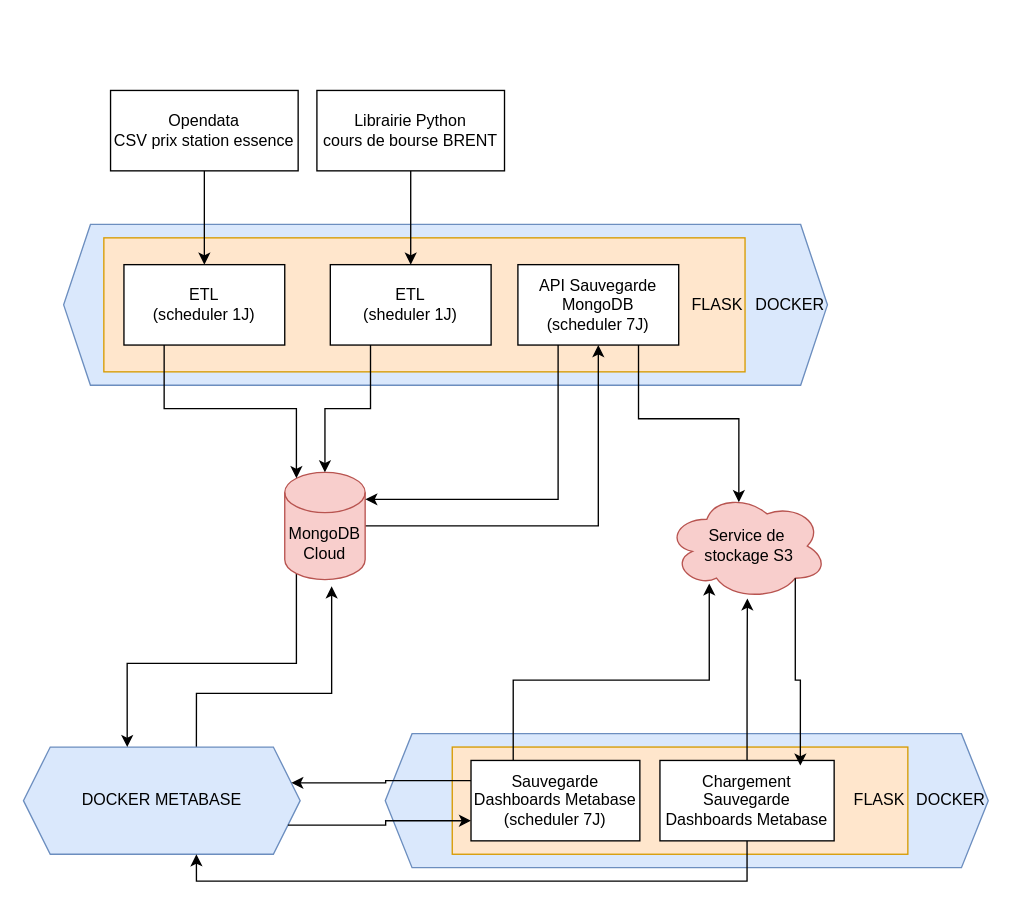
Earlier version of the draw.io diagram Projet_master_RNCP/datasource_prix_essence/Diagramme_architecture_realiser.drawio (gaetancorin/Datapipeline_comparaison_official_vs_gas_stations_reporting). Source tidied: cells renumbered, new cells numbered last; positions are measured from the earlier drawing's top-left corner, leaving out a move shared by most shapes. Both pictures are drawn from the tidied source at 134%, with x=0, y=0 at pixel (23, 90).
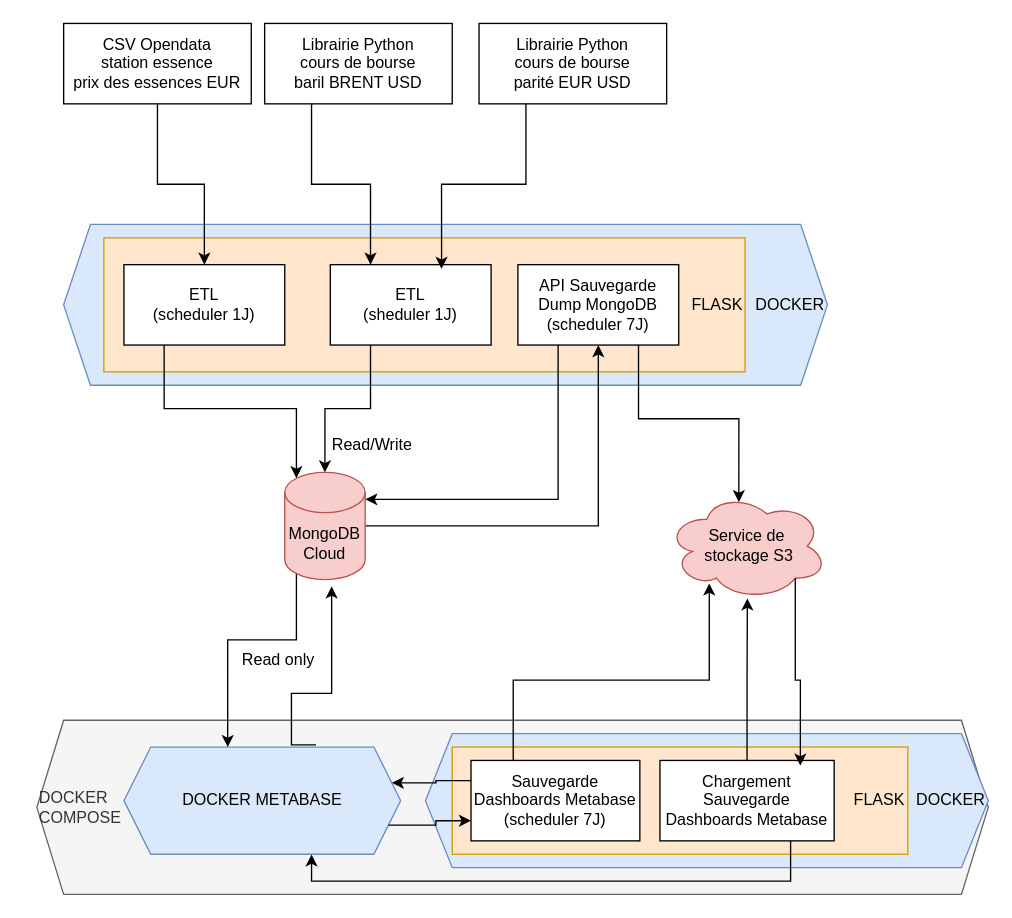
After the change.

Unchanged cells that the change refers to:
```xml
<mxCell id="12" value="ETL&lt;br&gt;(sheduler 1J)" style="rounded=0;whiteSpace=wrap;html=1;" parent="1" vertex="1">
  <mxGeometry x="229" y="130" width="120" height="60" as="geometry" />
</mxCell>
<mxCell id="15" value="MongoDB&lt;br&gt;Cloud" style="shape=cylinder3;whiteSpace=wrap;html=1;boundedLbl=1;backgroundOutline=1;size=15;fillColor=#f8cecc;strokeColor=#b85450;" parent="1" vertex="1">
  <mxGeometry x="195" y="285" width="60" height="80" as="geometry" />
</mxCell>
<mxCell id="27" value="Chargement Sauvegarde Dashboards Metabase" style="rounded=0;whiteSpace=wrap;html=1;" parent="1" vertex="1">
  <mxGeometry x="475" y="500" width="130" height="60" as="geometry" />
</mxCell>
```

Diff of the diagram source:
```diff
@@
+    <mxCell id="31" value="DOCKER&lt;br&gt;COMPOSE" style="shape=hexagon;perimeter=hexagonPerimeter2;whiteSpace=wrap;html=1;fixedSize=1;align=left;fillColor=#f5f5f5;strokeColor=#666666;fontColor=#333333;" parent="1" vertex="1">
+      <mxGeometry x="10" y="470" width="710" height="130" as="geometry" />
+    </mxCell>
     <mxCell id="2" value="DOCKER" style="shape=hexagon;perimeter=hexagonPerimeter2;whiteSpace=wrap;html=1;fixedSize=1;align=right;fillColor=#dae8fc;strokeColor=#6c8ebf;" parent="1" vertex="1">
-      <mxGeometry x="270" y="480" width="450" height="100" as="geometry" />
+      <mxGeometry x="300" y="480" width="420" height="100" as="geometry" />
     </mxCell>
-    <mxCell id="3" style="edgeStyle=orthogonalEdgeStyle;rounded=0;jettySize=auto;html=1;exitX=0.625;exitY=0;exitDx=0;exitDy=0;" parent="1" edge="1" source="4">
+    <mxCell id="3" style="edgeStyle=orthogonalEdgeStyle;rounded=0;jettySize=auto;html=1;exitX=0.694;exitY=-0.021;exitDx=0;exitDy=0;exitPerimeter=0;" parent="1" edge="1" source="4">
       <mxGeometry relative="1" as="geometry">
         <mxPoint x="230" y="370" as="targetPoint" />
         <Array as="points">
-          <mxPoint x="129" y="450" />
+          <mxPoint x="200" y="488" />
+          <mxPoint x="200" y="450" />
           <mxPoint x="230" y="450" />
         </Array>
       </mxGeometry>
     </mxCell>
     <mxCell id="4" value="DOCKER METABASE" style="shape=hexagon;perimeter=hexagonPerimeter2;whiteSpace=wrap;html=1;fixedSize=1;align=center;fillColor=#dae8fc;strokeColor=#6c8ebf;" parent="1" vertex="1">
-      <mxGeometry y="490" width="206.5" height="80" as="geometry" />
+      <mxGeometry x="75" y="490" width="206.5" height="80" as="geometry" />
     </mxCell>
@@
-    <mxCell id="8" value="Opendata&lt;br&gt;CSV&amp;nbsp;&lt;span style=&quot;background-color: transparent; color: light-dark(rgb(0, 0, 0), rgb(255, 255, 255));&quot;&gt;prix station essence&lt;/span&gt;" style="rounded=0;whiteSpace=wrap;html=1;" parent="1" vertex="1">
-      <mxGeometry x="65" width="140" height="60" as="geometry" />
+    <mxCell id="8" value="CSV Opendata&lt;br&gt;&lt;span style=&quot;background-color: transparent; color: light-dark(rgb(0, 0, 0), rgb(255, 255, 255));&quot;&gt;station essence&lt;br&gt;prix des essences EUR&lt;/span&gt;" style="rounded=0;whiteSpace=wrap;html=1;" parent="1" vertex="1">
+      <mxGeometry x="30" y="-50" width="140" height="60" as="geometry" />
     </mxCell>
-    <mxCell id="9" style="edgeStyle=orthogonalEdgeStyle;rounded=0;jettySize=auto;html=1;exitX=0.5;exitY=1;exitDx=0;exitDy=0;" parent="1" edge="1" source="10" target="12">
+    <mxCell id="9" style="edgeStyle=orthogonalEdgeStyle;rounded=0;jettySize=auto;html=1;exitX=0.25;exitY=1;exitDx=0;exitDy=0;entryX=0.25;entryY=0;entryDx=0;entryDy=0;" parent="1" edge="1" source="10" target="12">
       <mxGeometry relative="1" as="geometry" />
     </mxCell>
-    <mxCell id="10" value="Librairie Python&lt;br&gt;cours de bourse BRENT" style="rounded=0;whiteSpace=wrap;html=1;" parent="1" vertex="1">
-      <mxGeometry x="219" width="140" height="60" as="geometry" />
+    <mxCell id="10" value="Librairie Python&lt;br&gt;cours de bourse&lt;br&gt;baril BRENT USD" style="rounded=0;whiteSpace=wrap;html=1;" parent="1" vertex="1">
+      <mxGeometry x="180" y="-50" width="140" height="60" as="geometry" />
     </mxCell>
@@
     <mxCell id="14" style="edgeStyle=orthogonalEdgeStyle;rounded=0;jettySize=auto;html=1;exitX=0.145;exitY=1;exitDx=0;exitDy=-4.35;exitPerimeter=0;entryX=0.375;entryY=0;entryDx=0;entryDy=0;" parent="1" edge="1" source="15" target="4">
-      <mxGeometry relative="1" as="geometry" />
+      <mxGeometry relative="1" as="geometry">
+        <Array as="points">
+          <mxPoint x="204" y="410" />
+          <mxPoint x="152" y="410" />
+        </Array>
+      </mxGeometry>
     </mxCell>
@@
-    <mxCell id="16" value="API Sauvegarde MongoDB&lt;br&gt;(scheduler 7J)" style="rounded=0;whiteSpace=wrap;html=1;" parent="1" vertex="1">
+    <mxCell id="16" value="API Sauvegarde Dump MongoDB&lt;br&gt;(scheduler 7J)" style="rounded=0;whiteSpace=wrap;html=1;" parent="1" vertex="1">
       <mxGeometry x="369" y="130" width="120" height="60" as="geometry" />
     </mxCell>
@@
-    <mxCell id="26" style="edgeStyle=orthogonalEdgeStyle;rounded=0;jettySize=auto;html=1;exitX=0.5;exitY=1;exitDx=0;exitDy=0;entryX=0.625;entryY=1;entryDx=0;entryDy=0;" parent="1" edge="1" source="27" target="4">
-      <mxGeometry relative="1" as="geometry" />
-    </mxCell>
@@
+    <mxCell id="32" value="Librairie Python&lt;br&gt;cours de bourse&lt;br&gt;parité EUR USD" style="rounded=0;whiteSpace=wrap;html=1;" parent="1" vertex="1">
+      <mxGeometry x="340" y="-50" width="140" height="60" as="geometry" />
+    </mxCell>
+    <mxCell id="33" style="edgeStyle=orthogonalEdgeStyle;rounded=0;jettySize=auto;html=1;exitX=0.25;exitY=1;exitDx=0;exitDy=0;entryX=0.692;entryY=0.052;entryDx=0;entryDy=0;entryPerimeter=0;" parent="1" edge="1" source="32" target="12">
+      <mxGeometry relative="1" as="geometry" />
+    </mxCell>
+    <mxCell id="26" style="edgeStyle=orthogonalEdgeStyle;rounded=0;jettySize=auto;html=1;exitX=0.75;exitY=1;exitDx=0;exitDy=0;entryX=0.678;entryY=1.002;entryDx=0;entryDy=0;entryPerimeter=0;" parent="1" edge="1" source="27" target="4">
+      <mxGeometry relative="1" as="geometry" />
+    </mxCell>
+    <mxCell id="34" value="Read/Write" style="text;html=1;align=center;verticalAlign=middle;strokeColor=none;fillColor=none;" parent="1" vertex="1">
+      <mxGeometry x="220" y="250" width="80" height="30" as="geometry" />
+    </mxCell>
+    <mxCell id="35" value="Read only" style="text;html=1;align=center;verticalAlign=middle;strokeColor=none;fillColor=none;" parent="1" vertex="1">
+      <mxGeometry x="150" y="410" width="80" height="30" as="geometry" />
+    </mxCell>
```
